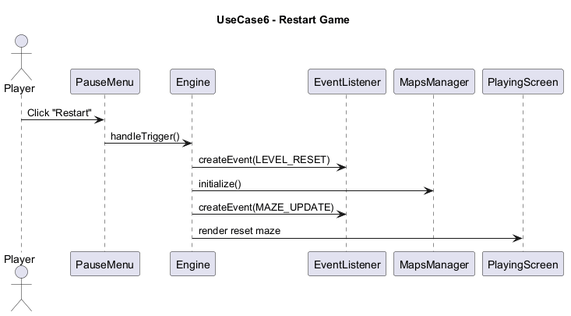
Above: docs/Diagrams/uc6.png in ChuzaWick420/FYP_AI_Based_Puzzle_Game (PlantUML), before the change. Its diagram source:
```plantuml
@startuml
title UseCase6 - Restart Game

actor Player

participant PauseMenu
participant Engine
participant EventListener
participant MapsManager
participant PlayingScreen

Player -> PauseMenu : Click "Restart"

PauseMenu -> Engine : handleTrigger()

Engine -> EventListener : createEvent(LEVEL_RESET)

Engine -> MapsManager : initialize()
Engine -> EventListener : createEvent(MAZE_UPDATE)

Engine -> PlayingScreen : render reset maze

@enduml
```
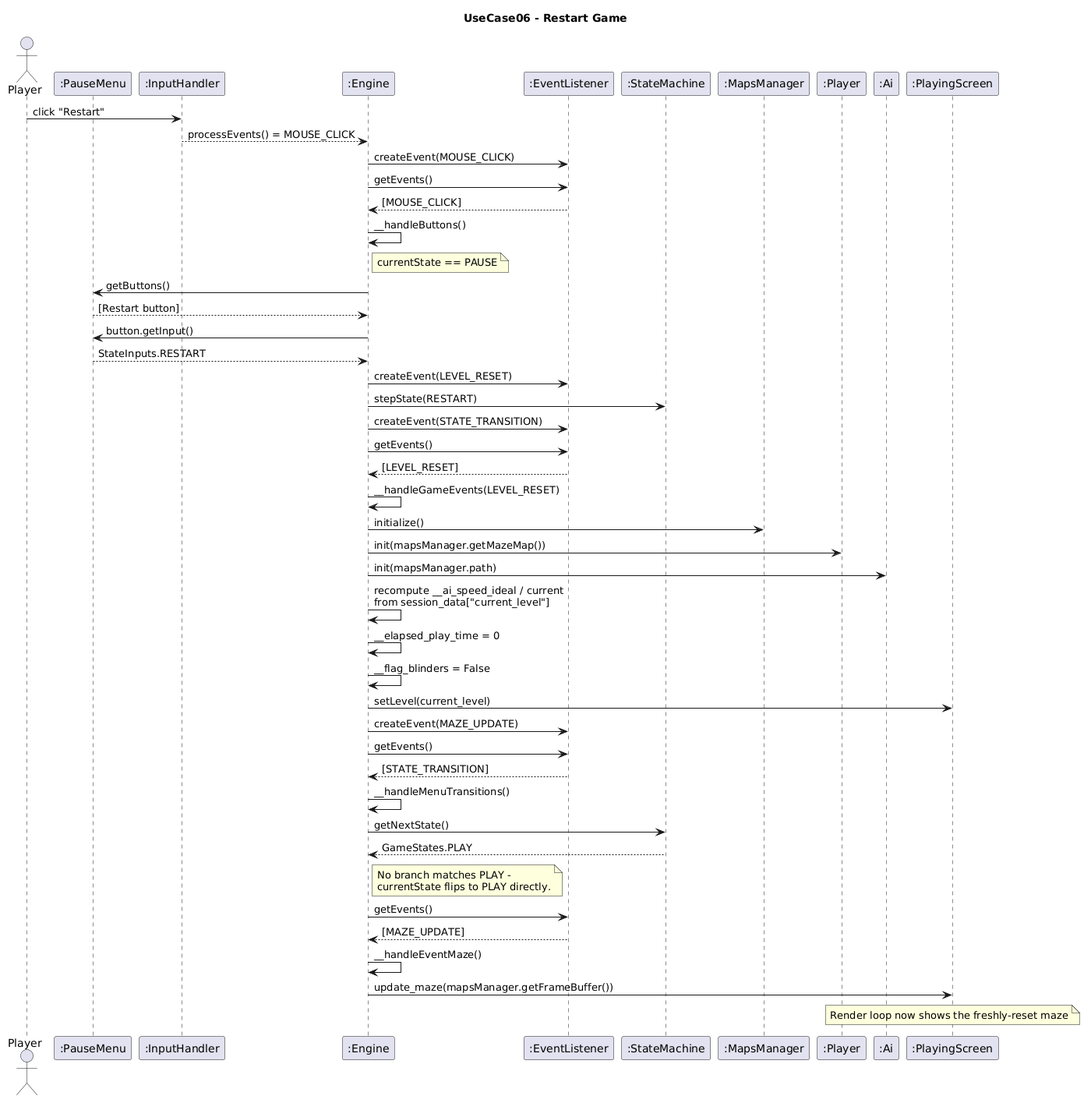
After the change.

What changed in the source:
```diff
@@ -1,23 +1,56 @@
 @startuml
-title UseCase6 - Restart Game
+title UseCase06 - Restart Game
 
 actor Player
+participant ":PauseMenu" as PM
+participant ":InputHandler" as IH
+participant ":Engine" as E
+participant ":EventListener" as EL
+participant ":StateMachine" as SM
+participant ":MapsManager" as MM
+participant ":Player" as PE
+participant ":Ai" as AI
+participant ":PlayingScreen" as PS
 
-participant PauseMenu
-participant Engine
-participant EventListener
-participant MapsManager
-participant PlayingScreen
+Player -> IH : click "Restart"
+IH --> E : processEvents() = MOUSE_CLICK
+E -> EL : createEvent(MOUSE_CLICK)
 
-Player -> PauseMenu : Click "Restart"
+E -> EL : getEvents()
+EL --> E : [MOUSE_CLICK]
+E -> E : __handleButtons()
+note right of E : currentState == PAUSE
+E -> PM : getButtons()
+PM --> E : [Restart button]
+E -> PM : button.getInput()
+PM --> E : StateInputs.RESTART
+E -> EL : createEvent(LEVEL_RESET)
+E -> SM : stepState(RESTART)
+E -> EL : createEvent(STATE_TRANSITION)
 
-PauseMenu -> Engine : handleTrigger()
+E -> EL : getEvents()
+EL --> E : [LEVEL_RESET]
+E -> E : __handleGameEvents(LEVEL_RESET)
+E -> MM : initialize()
+E -> PE : init(mapsManager.getMazeMap())
+E -> AI : init(mapsManager.path)
+E -> E : recompute __ai_speed_ideal / current\nfrom session_data["current_level"]
+E -> E : __elapsed_play_time = 0
+E -> E : __flag_blinders = False
+E -> PS : setLevel(current_level)
+E -> EL : createEvent(MAZE_UPDATE)
 
-Engine -> EventListener : createEvent(LEVEL_RESET)
+E -> EL : getEvents()
+EL --> E : [STATE_TRANSITION]
+E -> E : __handleMenuTransitions()
+E -> SM : getNextState()
+SM --> E : GameStates.PLAY
+note right of E : No branch matches PLAY -\ncurrentState flips to PLAY directly.
 
-Engine -> MapsManager : initialize()
-Engine -> EventListener : createEvent(MAZE_UPDATE)
+E -> EL : getEvents()
+EL --> E : [MAZE_UPDATE]
+E -> E : __handleEventMaze()
+E -> PS : update_maze(mapsManager.getFrameBuffer())
 
-Engine -> PlayingScreen : render reset maze
-
+note over PS : Render loop now shows the freshly-reset maze
 @enduml
```
